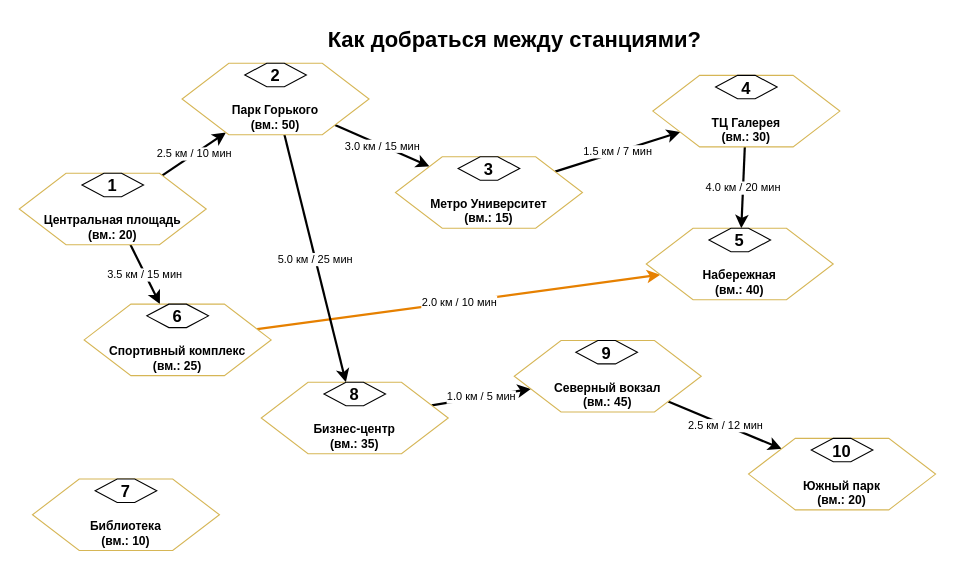
This is page "Как добраться между станциями" (3 of 3) of BikeRental_graph.drawio from AKayanovich/DB_lab3, a draw.io file, before an edit. Source tidied: cells renumbered, new cells numbered last; positions are measured from the earlier drawing's top-left corner, leaving out a move shared by most shapes. Both pictures are drawn from the tidied source at 110%, with x=0, y=0 at pixel (19, 19).
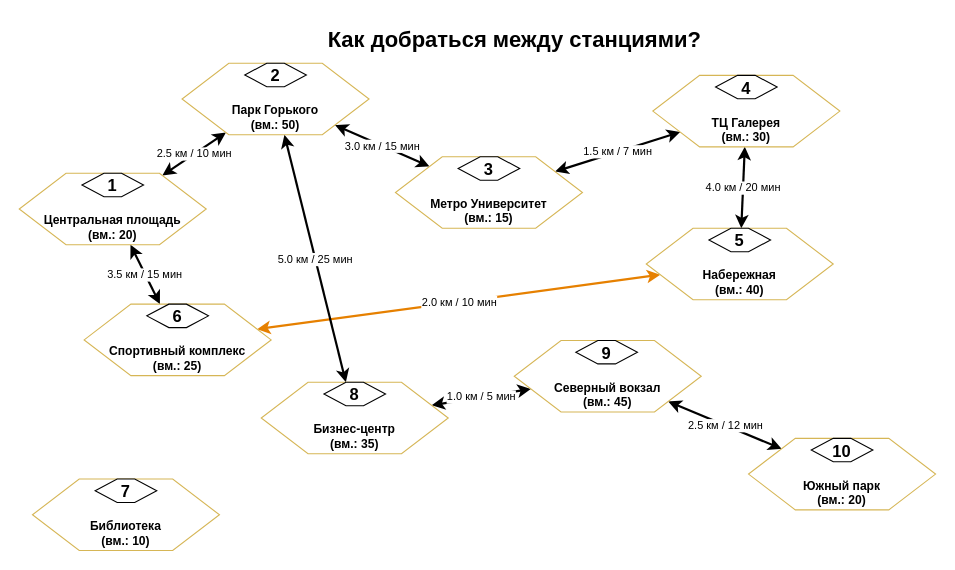
The same page after the edit.

The change refers to these unchanged cells:
```xml
<mxCell id="13" value="Бизнес-центр&#10;(вм.: 35)" style="shape=hexagon;perimeter=hexagonPerimeter2;whiteSpace=wrap;html=1;                  fillColor=#ffe6cc;strokeColor=#d6b656;fontSize=11;fontStyle=1;verticalAlign=bottom;" parent="12" vertex="1">
  <mxGeometry width="170" height="65" as="geometry" />
</mxCell>
<mxCell id="16" value="Северный вокзал&#10;(вм.: 45)" style="shape=hexagon;perimeter=hexagonPerimeter2;whiteSpace=wrap;html=1;                  fillColor=#ffe6cc;strokeColor=#d6b656;fontSize=11;fontStyle=1;verticalAlign=bottom;" parent="15" vertex="1">
  <mxGeometry width="170" height="65" as="geometry" />
</mxCell>
<mxCell id="19" value="Южный парк&#10;(вм.: 20)" style="shape=hexagon;perimeter=hexagonPerimeter2;whiteSpace=wrap;html=1;                  fillColor=#ffe6cc;strokeColor=#d6b656;fontSize=11;fontStyle=1;verticalAlign=bottom;" parent="18" vertex="1">
  <mxGeometry width="170" height="65" as="geometry" />
</mxCell>
<mxCell id="22" value="Набережная&#10;(вм.: 40)" style="shape=hexagon;perimeter=hexagonPerimeter2;whiteSpace=wrap;html=1;                  fillColor=#ffe6cc;strokeColor=#d6b656;fontSize=11;fontStyle=1;verticalAlign=bottom;" parent="21" vertex="1">
  <mxGeometry width="170" height="65" as="geometry" />
</mxCell>
<mxCell id="25" value="ТЦ Галерея&#10;(вм.: 30)" style="shape=hexagon;perimeter=hexagonPerimeter2;whiteSpace=wrap;html=1;                  fillColor=#ffe6cc;strokeColor=#d6b656;fontSize=11;fontStyle=1;verticalAlign=bottom;" parent="24" vertex="1">
  <mxGeometry width="170" height="65" as="geometry" />
</mxCell>
<mxCell id="28" value="Метро Университет&#10;(вм.: 15)" style="shape=hexagon;perimeter=hexagonPerimeter2;whiteSpace=wrap;html=1;                  fillColor=#ffe6cc;strokeColor=#d6b656;fontSize=11;fontStyle=1;verticalAlign=bottom;" parent="27" vertex="1">
  <mxGeometry width="170" height="65" as="geometry" />
</mxCell>
<mxCell id="31" value="Парк Горького&#10;(вм.: 50)" style="shape=hexagon;perimeter=hexagonPerimeter2;whiteSpace=wrap;html=1;                  fillColor=#ffe6cc;strokeColor=#d6b656;fontSize=11;fontStyle=1;verticalAlign=bottom;" parent="30" vertex="1">
  <mxGeometry width="170" height="65" as="geometry" />
</mxCell>
<mxCell id="34" value="Центральная площадь&#10;(вм.: 20)" style="shape=hexagon;perimeter=hexagonPerimeter2;whiteSpace=wrap;html=1;                  fillColor=#ffe6cc;strokeColor=#d6b656;fontSize=11;fontStyle=1;verticalAlign=bottom;" parent="33" vertex="1">
  <mxGeometry width="170" height="65" as="geometry" />
</mxCell>
<mxCell id="37" value="Спортивный комплекс&#10;(вм.: 25)" style="shape=hexagon;perimeter=hexagonPerimeter2;whiteSpace=wrap;html=1;                  fillColor=#ffe6cc;strokeColor=#d6b656;fontSize=11;fontStyle=1;verticalAlign=bottom;" parent="36" vertex="1">
  <mxGeometry width="170" height="65" as="geometry" />
</mxCell>
```

What changed in the source:
```diff
@@
-    <mxCell id="3" value="2.5 км / 10 мин" style="edgeStyle=none;html=1;fontSize=10;labelBackgroundColor=#ffffff;                  endArrow=block;endFill=1;strokeWidth=2;" parent="1" edge="1" source="34" target="31">
+    <mxCell id="3" value="2.5 км / 10 мин" style="edgeStyle=none;html=1;fontSize=10;labelBackgroundColor=#ffffff;                  endArrow=block;endFill=1;strokeWidth=2;startArrow=classic;startFill=1;" parent="1" edge="1" source="34" target="31">
       <mxGeometry relative="1" as="geometry" />
     </mxCell>
-    <mxCell id="4" value="3.0 км / 15 мин" style="edgeStyle=none;html=1;fontSize=10;labelBackgroundColor=#ffffff;                  endArrow=block;endFill=1;strokeWidth=2;" parent="1" edge="1" source="31" target="28">
+    <mxCell id="4" value="3.0 км / 15 мин" style="edgeStyle=none;html=1;fontSize=10;labelBackgroundColor=#ffffff;                  endArrow=block;endFill=1;strokeWidth=2;startArrow=classic;startFill=1;" parent="1" edge="1" source="31" target="28">
       <mxGeometry relative="1" as="geometry" />
     </mxCell>
-    <mxCell id="5" value="1.5 км / 7 мин" style="edgeStyle=none;html=1;fontSize=10;labelBackgroundColor=#ffffff;                  endArrow=block;endFill=1;strokeWidth=2;" parent="1" edge="1" source="28" target="25">
+    <mxCell id="5" value="1.5 км / 7 мин" style="edgeStyle=none;html=1;fontSize=10;labelBackgroundColor=#ffffff;                  endArrow=block;endFill=1;strokeWidth=2;startArrow=classic;startFill=1;" parent="1" edge="1" source="28" target="25">
       <mxGeometry relative="1" as="geometry" />
     </mxCell>
-    <mxCell id="6" value="4.0 км / 20 мин" style="edgeStyle=none;html=1;fontSize=10;labelBackgroundColor=#ffffff;                  endArrow=block;endFill=1;strokeWidth=2;" parent="1" edge="1" source="25" target="22">
+    <mxCell id="6" value="4.0 км / 20 мин" style="edgeStyle=none;html=1;fontSize=10;labelBackgroundColor=#ffffff;                  endArrow=block;endFill=1;strokeWidth=2;startArrow=classic;startFill=1;" parent="1" edge="1" source="25" target="22">
       <mxGeometry relative="1" as="geometry" />
     </mxCell>
-    <mxCell id="7" value="3.5 км / 15 мин" style="edgeStyle=none;html=1;fontSize=10;labelBackgroundColor=#ffffff;                  endArrow=block;endFill=1;strokeWidth=2;" parent="1" edge="1" source="34" target="37">
+    <mxCell id="7" value="3.5 км / 15 мин" style="edgeStyle=none;html=1;fontSize=10;labelBackgroundColor=#ffffff;                  endArrow=block;endFill=1;strokeWidth=2;startArrow=classic;startFill=1;" parent="1" edge="1" source="34" target="37">
       <mxGeometry relative="1" as="geometry" />
     </mxCell>
-    <mxCell id="8" value="2.0 км / 10 мин" style="edgeStyle=none;html=1;fontSize=10;labelBackgroundColor=#ffffff;                  endArrow=block;endFill=1;strokeWidth=2;strokeColor=#E68000;" parent="1" edge="1" source="37" target="22">
+    <mxCell id="8" value="2.0 км / 10 мин" style="edgeStyle=none;html=1;fontSize=10;labelBackgroundColor=#ffffff;                  endArrow=block;endFill=1;strokeWidth=2;strokeColor=#E68000;startArrow=classic;startFill=1;" parent="1" edge="1" source="37" target="22">
       <mxGeometry relative="1" as="geometry" />
     </mxCell>
-    <mxCell id="9" value="5.0 км / 25 мин" style="edgeStyle=none;html=1;fontSize=10;labelBackgroundColor=#ffffff;                  endArrow=block;endFill=1;strokeWidth=2;" parent="1" edge="1" source="31" target="13">
+    <mxCell id="9" value="5.0 км / 25 мин" style="edgeStyle=none;html=1;fontSize=10;labelBackgroundColor=#ffffff;                  endArrow=block;endFill=1;strokeWidth=2;startArrow=classic;startFill=1;" parent="1" edge="1" source="31" target="13">
       <mxGeometry relative="1" as="geometry" />
     </mxCell>
-    <mxCell id="10" value="1.0 км / 5 мин" style="edgeStyle=none;html=1;fontSize=10;labelBackgroundColor=#ffffff;                  endArrow=block;endFill=1;strokeWidth=2;" parent="1" edge="1" source="13" target="16">
+    <mxCell id="10" value="1.0 км / 5 мин" style="edgeStyle=none;html=1;fontSize=10;labelBackgroundColor=#ffffff;                  endArrow=block;endFill=1;strokeWidth=2;startArrow=classic;startFill=1;" parent="1" edge="1" source="13" target="16">
       <mxGeometry relative="1" as="geometry" />
     </mxCell>
-    <mxCell id="11" value="2.5 км / 12 мин" style="edgeStyle=none;html=1;fontSize=10;labelBackgroundColor=#ffffff;                  endArrow=block;endFill=1;strokeWidth=2;" parent="1" edge="1" source="16" target="19">
+    <mxCell id="11" value="2.5 км / 12 мин" style="edgeStyle=none;html=1;fontSize=10;labelBackgroundColor=#ffffff;                  endArrow=block;endFill=1;strokeWidth=2;startArrow=classic;startFill=1;" parent="1" edge="1" source="16" target="19">
       <mxGeometry relative="1" as="geometry" />
     </mxCell>
```
